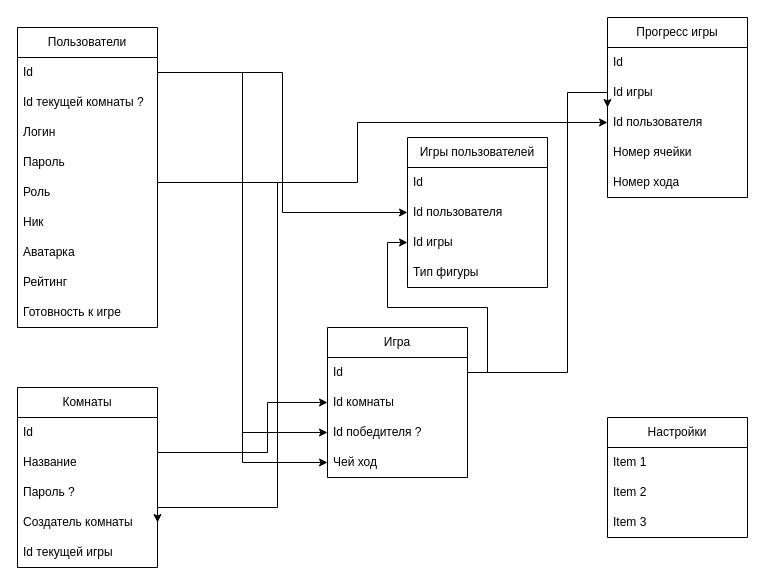
Oleg-mobile/GameCrossZero keeps this draw.io diagram as DataBase.drawio. Above is the earlier version. Source tidied: cells renumbered, new cells numbered last; positions are measured from the earlier drawing's top-left corner, leaving out a move shared by most shapes. Both pictures are drawn from the tidied source at 100%, with x=0, y=0 at pixel (17, 17).
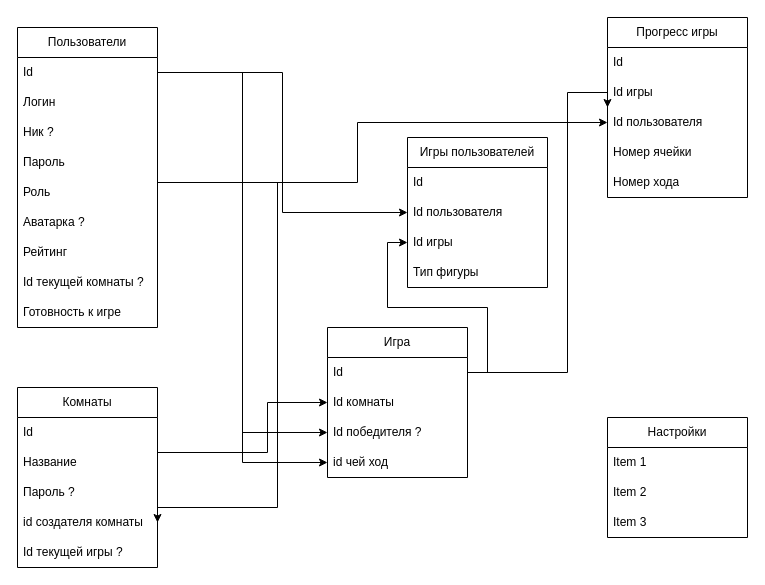
Above is the later version.

Commit message (it also covers changes not shown here):
+ Актуализировал схему БД + Вывел на страницу игры чей ход, какая фигура и id игры + Добавил к ответу GetInfoAsync поле GameId и изменил поле WhoseMoveId на IsMyStep

The change refers to these unchanged cells:
```xml
<mxCell id="2" value="Пользователи" style="swimlane;fontStyle=0;horizontal=1;startSize=30;whiteSpace=wrap;html=1;" parent="1" vertex="1">
  <mxGeometry y="10" width="140" height="300" as="geometry" />
</mxCell>
<mxCell id="12" value="Комнаты" style="swimlane;fontStyle=0;horizontal=1;startSize=30;whiteSpace=wrap;html=1;" parent="1" vertex="1">
  <mxGeometry y="370" width="140" height="180" as="geometry" />
</mxCell>
<mxCell id="18" value="Игра" style="swimlane;fontStyle=0;horizontal=1;startSize=30;whiteSpace=wrap;html=1;" parent="1" vertex="1">
  <mxGeometry x="310" y="310" width="140" height="150" as="geometry" />
</mxCell>
```

Diff of the diagram source:
```diff
@@
-    <mxCell id="4" value="Id текущей комнаты ?" style="text;strokeColor=none;fillColor=none;align=left;verticalAlign=middle;spacingLeft=4;spacingRight=4;overflow=hidden;whiteSpace=wrap;html=1;" parent="2" vertex="1">
-      <mxGeometry y="60" width="140" height="30" as="geometry" />
-    </mxCell>
     <mxCell id="5" value="Логин" style="text;strokeColor=none;fillColor=none;align=left;verticalAlign=middle;spacingLeft=4;spacingRight=4;overflow=hidden;whiteSpace=wrap;html=1;" parent="2" vertex="1">
-      <mxGeometry y="90" width="140" height="30" as="geometry" />
+      <mxGeometry y="60" width="140" height="30" as="geometry" />
     </mxCell>
+    <mxCell id="8" value="Ник ?" style="text;strokeColor=none;fillColor=none;align=left;verticalAlign=middle;spacingLeft=4;spacingRight=4;overflow=hidden;whiteSpace=wrap;html=1;" parent="2" vertex="1">
+      <mxGeometry y="90" width="140" height="30" as="geometry" />
+    </mxCell>
@@
-    <mxCell id="8" value="Ник" style="text;strokeColor=none;fillColor=none;align=left;verticalAlign=middle;spacingLeft=4;spacingRight=4;overflow=hidden;whiteSpace=wrap;html=1;" parent="2" vertex="1">
-      <mxGeometry y="180" width="140" height="30" as="geometry" />
-    </mxCell>
-    <mxCell id="9" value="Аватарка" style="text;strokeColor=none;fillColor=none;align=left;verticalAlign=middle;spacingLeft=4;spacingRight=4;overflow=hidden;whiteSpace=wrap;html=1;" parent="2" vertex="1">
-      <mxGeometry y="210" width="140" height="30" as="geometry" />
+    <mxCell id="9" value="Аватарка ?" style="text;strokeColor=none;fillColor=none;align=left;verticalAlign=middle;spacingLeft=4;spacingRight=4;overflow=hidden;whiteSpace=wrap;html=1;" parent="2" vertex="1">
+      <mxGeometry y="180" width="140" height="30" as="geometry" />
     </mxCell>
     <mxCell id="10" value="Рейтинг" style="text;strokeColor=none;fillColor=none;align=left;verticalAlign=middle;spacingLeft=4;spacingRight=4;overflow=hidden;whiteSpace=wrap;html=1;" parent="2" vertex="1">
-      <mxGeometry y="240" width="140" height="30" as="geometry" />
+      <mxGeometry y="210" width="140" height="30" as="geometry" />
     </mxCell>
+    <mxCell id="4" value="Id текущей комнаты ?" style="text;strokeColor=none;fillColor=none;align=left;verticalAlign=middle;spacingLeft=4;spacingRight=4;overflow=hidden;whiteSpace=wrap;html=1;" parent="2" vertex="1">
+      <mxGeometry y="240" width="140" height="30" as="geometry" />
+    </mxCell>
@@
-    <mxCell id="16" value="Создатель комнаты" style="text;strokeColor=none;fillColor=none;align=left;verticalAlign=middle;spacingLeft=4;spacingRight=4;overflow=hidden;points=[[0,0.5],[1,0.5]];portConstraint=eastwest;whiteSpace=wrap;html=1;" parent="12" vertex="1">
+    <mxCell id="16" value="id создателя комнаты" style="text;strokeColor=none;fillColor=none;align=left;verticalAlign=middle;spacingLeft=4;spacingRight=4;overflow=hidden;points=[[0,0.5],[1,0.5]];portConstraint=eastwest;whiteSpace=wrap;html=1;" parent="12" vertex="1">
       <mxGeometry y="120" width="140" height="30" as="geometry" />
     </mxCell>
-    <mxCell id="17" value="Id текущей игры" style="text;strokeColor=none;fillColor=none;align=left;verticalAlign=middle;spacingLeft=4;spacingRight=4;overflow=hidden;whiteSpace=wrap;html=1;" parent="12" vertex="1">
+    <mxCell id="17" value="Id текущей игры ?" style="text;strokeColor=none;fillColor=none;align=left;verticalAlign=middle;spacingLeft=4;spacingRight=4;overflow=hidden;whiteSpace=wrap;html=1;" parent="12" vertex="1">
       <mxGeometry y="150" width="140" height="30" as="geometry" />
     </mxCell>
@@
-    <mxCell id="22" value="Чей ход" style="text;strokeColor=none;fillColor=none;align=left;verticalAlign=middle;spacingLeft=4;spacingRight=4;overflow=hidden;points=[[0,0.5],[1,0.5]];portConstraint=eastwest;whiteSpace=wrap;html=1;" parent="18" vertex="1">
+    <mxCell id="22" value="id&lt;span style=&quot;background-color: initial;&quot;&gt;&amp;nbsp;чей ход&lt;/span&gt;" style="text;strokeColor=none;fillColor=none;align=left;verticalAlign=middle;spacingLeft=4;spacingRight=4;overflow=hidden;points=[[0,0.5],[1,0.5]];portConstraint=eastwest;whiteSpace=wrap;html=1;" parent="18" vertex="1">
       <mxGeometry y="120" width="140" height="30" as="geometry" />
     </mxCell>
```
